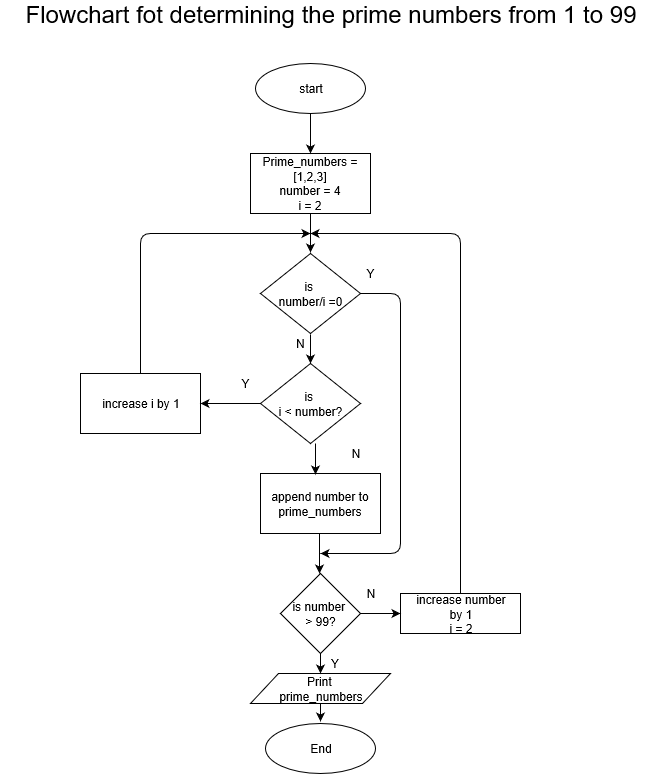
Above: pictures/q14.png in amrithub/T1A1 (draw.io), before the change. Source tidied: cells renumbered, new cells last; positions are measured from the earlier drawing's top-left corner, leaving out a move shared by most shapes.
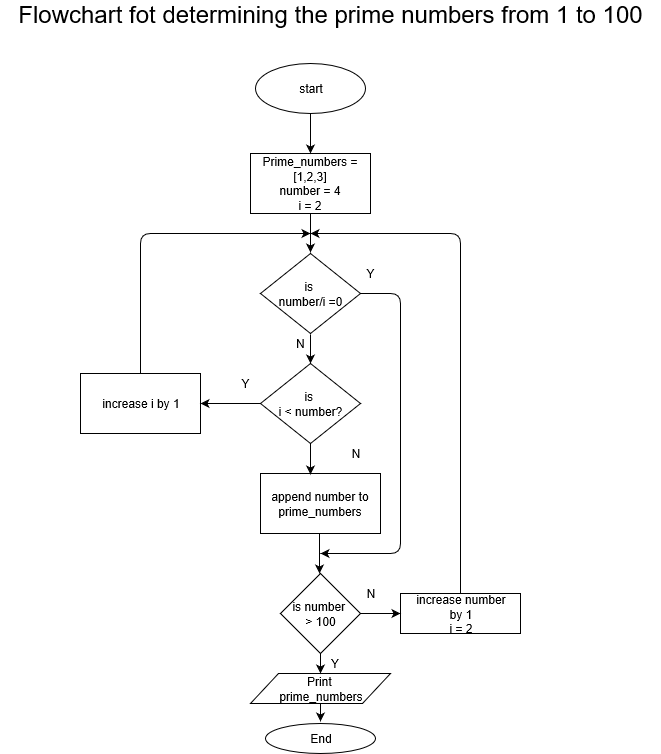
After the change.

Change to the diagram source:
```diff
@@ -20,7 +20,7 @@
     <mxCell id="7" value="increase number&lt;br&gt;by 1&lt;br&gt;i = 2" style="rounded=0;whiteSpace=wrap;html=1;" parent="1" vertex="1">
       <mxGeometry x="400" y="590" width="120" height="40" as="geometry" />
     </mxCell>
-    <mxCell id="8" value="is number&amp;nbsp;&lt;br&gt;&amp;gt; 99?" style="rhombus;whiteSpace=wrap;html=1;" parent="1" vertex="1">
+    <mxCell id="8" value="is number&amp;nbsp;&lt;br&gt;&amp;gt; 100" style="rhombus;whiteSpace=wrap;html=1;" parent="1" vertex="1">
       <mxGeometry x="280" y="570" width="80" height="80" as="geometry" />
     </mxCell>
     <mxCell id="9" value="Print&amp;nbsp;&lt;br&gt;prime_numbers" style="shape=parallelogram;perimeter=parallelogramPerimeter;whiteSpace=wrap;html=1;" parent="1" vertex="1">
@@ -91,8 +91,8 @@
     </mxCell>
     <mxCell id="22" style="endArrow=classic;html=1;" parent="1" edge="1">
       <mxGeometry relative="1" as="geometry">
-        <mxPoint x="315" y="440" as="sourcePoint" />
-        <mxPoint x="315" y="471" as="targetPoint" />
+        <mxPoint x="310" y="440" as="sourcePoint" />
+        <mxPoint x="310" y="471" as="targetPoint" />
       </mxGeometry>
     </mxCell>
     <mxCell id="23" style="endArrow=classic;html=1;entryX=1;entryY=0.5;entryDx=0;entryDy=0;exitX=0.875;exitY=1.5;exitDx=0;exitDy=0;exitPerimeter=0;" parent="1" edge="1" source="14" target="6">
@@ -111,14 +111,14 @@
         <mxPoint x="310" y="331" as="sourcePoint" />
       </mxGeometry>
     </mxCell>
-    <mxCell id="27" value="&lt;font style=&quot;font-size: 24px&quot;&gt;Flowchart fot determining the prime numbers from 1 to 99&lt;/font&gt;" style="text;html=1;strokeColor=none;fillColor=none;align=center;verticalAlign=middle;whiteSpace=wrap;rounded=0;" parent="1" vertex="1">
+    <mxCell id="27" value="&lt;font style=&quot;color: rgb(0 , 0 , 0) ; font-family: &amp;#34;helvetica&amp;#34; ; font-size: 24px ; font-style: normal ; font-variant: normal ; font-weight: 400 ; letter-spacing: normal ; text-align: center ; text-decoration: none ; text-indent: 0px ; text-transform: none ; white-space: normal ; word-spacing: 0px&quot;&gt;Flowchart fot determining the prime numbers from 1 to 100&lt;/font&gt;" style="text;html=1;strokeColor=none;fillColor=none;align=center;verticalAlign=middle;whiteSpace=wrap;rounded=0;" parent="1" vertex="1">
       <mxGeometry width="660" height="20" as="geometry" />
     </mxCell>
     <mxCell id="28" value="Y" style="text;html=1;align=center;verticalAlign=middle;" parent="1" vertex="1">
       <mxGeometry x="325" y="650" width="20" height="20" as="geometry" />
     </mxCell>
     <mxCell id="29" value="End" style="ellipse;whiteSpace=wrap;html=1;" parent="1" vertex="1">
-      <mxGeometry x="265" y="720" width="110" height="50" as="geometry" />
+      <mxGeometry x="265" y="720" width="110" height="30" as="geometry" />
     </mxCell>
     <mxCell id="30" style="endArrow=classic;html=1;exitX=0.5;exitY=1;exitDx=0;exitDy=0;" parent="1" edge="1" source="9">
       <mxGeometry relative="1" as="geometry">
```
